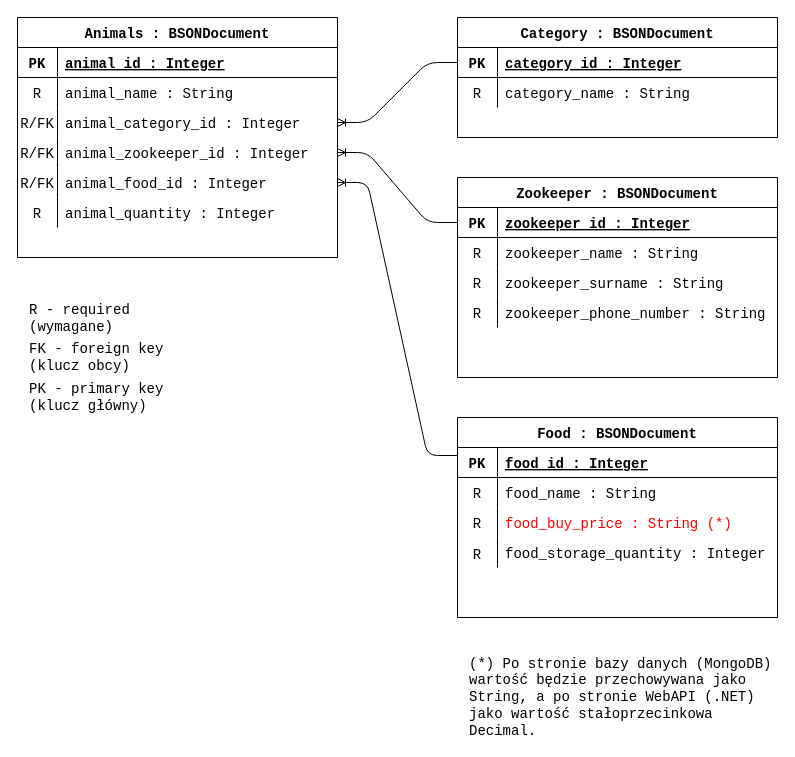
This is assets/diagrams/PDM.drawio from LukaszMichalsky/Project_TIU, a draw.io file, before an edit. Source tidied: cells renumbered, new cells numbered last; positions are measured from the earlier drawing's top-left corner, leaving out a move shared by most shapes. Both pictures are drawn from the tidied source at 100%, with x=0, y=0 at pixel (17, 17).
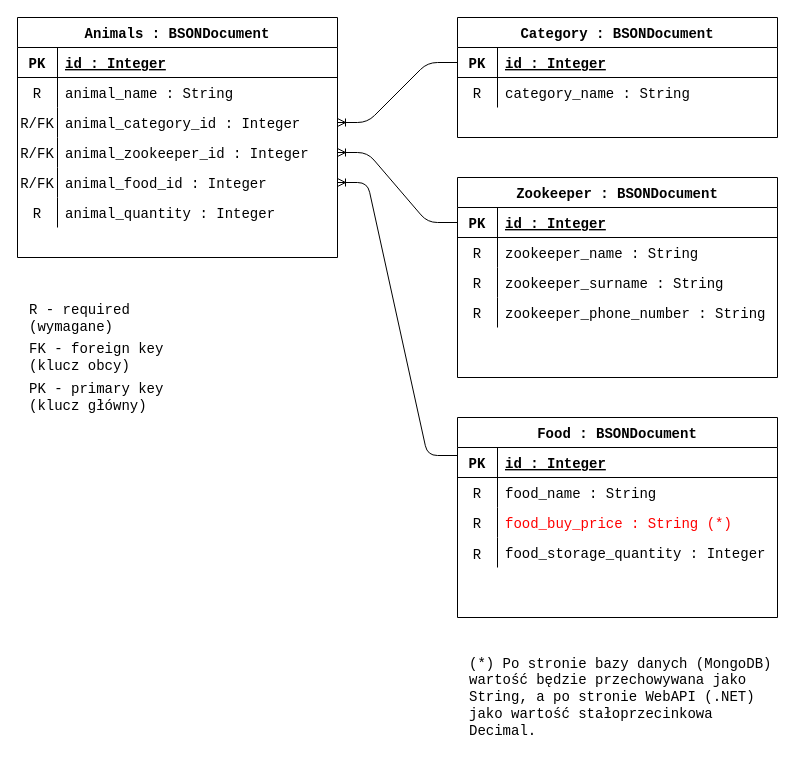
The same page after the edit.

Commit message:
Updated PDM collection ID names

Unchanged cells that the change refers to:
```xml
<mxCell id="3" style="shape=partialRectangle;fillColor=none;top=0;left=0;bottom=1;right=0;points=[[0,0.5],[1,0.5]];portConstraint=eastwest;fontFamily=Courier New;fontSize=14;" parent="2" vertex="1">
  <mxGeometry y="30" width="320" height="30" as="geometry" />
</mxCell>
<mxCell id="16" style="shape=partialRectangle;fillColor=none;top=0;left=0;bottom=1;right=0;points=[[0,0.5],[1,0.5]];portConstraint=eastwest;fontFamily=Courier New;fontSize=14;" parent="15" vertex="1">
  <mxGeometry y="30" width="320" height="30" as="geometry" />
</mxCell>
<mxCell id="24" style="shape=partialRectangle;fillColor=none;top=0;left=0;bottom=1;right=0;points=[[0,0.5],[1,0.5]];portConstraint=eastwest;fontFamily=Courier New;fontSize=14;" parent="23" vertex="1">
  <mxGeometry y="30" width="320" height="30" as="geometry" />
</mxCell>
<mxCell id="40" style="shape=partialRectangle;fillColor=none;top=0;left=0;bottom=1;right=0;fontFamily=Courier New;fontSize=14;" parent="39" vertex="1">
  <mxGeometry y="30" width="320" height="30" as="geometry" />
</mxCell>
```

The edit, as a diff of the source:
```diff
@@
-    <mxCell id="5" value="zookeeper_id : Integer" style="shape=partialRectangle;fillColor=none;top=0;left=0;bottom=0;right=0;align=left;spacingLeft=6;fontStyle=5;overflow=hidden;fontFamily=Courier New;fontSize=14;" parent="3" vertex="1">
+    <mxCell id="5" value="id : Integer" style="shape=partialRectangle;fillColor=none;top=0;left=0;bottom=0;right=0;align=left;spacingLeft=6;fontStyle=5;overflow=hidden;fontFamily=Courier New;fontSize=14;" parent="3" vertex="1">
       <mxGeometry x="40" width="280" height="30" as="geometry" />
     </mxCell>
@@
-    <mxCell id="18" value="category_id : Integer" style="shape=partialRectangle;fillColor=none;top=0;left=0;bottom=0;right=0;align=left;spacingLeft=6;fontStyle=5;overflow=hidden;fontFamily=Courier New;fontSize=14;" parent="16" vertex="1">
+    <mxCell id="18" value="id : Integer" style="shape=partialRectangle;fillColor=none;top=0;left=0;bottom=0;right=0;align=left;spacingLeft=6;fontStyle=5;overflow=hidden;fontFamily=Courier New;fontSize=14;" parent="16" vertex="1">
       <mxGeometry x="40" width="280" height="30" as="geometry" />
     </mxCell>
@@
-    <mxCell id="26" value="food_id : Integer" style="shape=partialRectangle;fillColor=none;top=0;left=0;bottom=0;right=0;align=left;spacingLeft=6;fontStyle=5;overflow=hidden;fontFamily=Courier New;fontSize=14;" parent="24" vertex="1">
+    <mxCell id="26" value="id : Integer" style="shape=partialRectangle;fillColor=none;top=0;left=0;bottom=0;right=0;align=left;spacingLeft=6;fontStyle=5;overflow=hidden;fontFamily=Courier New;fontSize=14;" parent="24" vertex="1">
       <mxGeometry x="40" width="280" height="30" as="geometry" />
     </mxCell>
@@
-    <mxCell id="42" value="animal_id : Integer" style="shape=partialRectangle;fillColor=none;top=0;left=0;bottom=0;right=0;align=left;spacingLeft=6;fontStyle=5;overflow=hidden;fontFamily=Courier New;fontSize=14;" parent="40" vertex="1">
+    <mxCell id="42" value="id : Integer" style="shape=partialRectangle;fillColor=none;top=0;left=0;bottom=0;right=0;align=left;spacingLeft=6;fontStyle=5;overflow=hidden;fontFamily=Courier New;fontSize=14;" parent="40" vertex="1">
       <mxGeometry x="40" width="280" height="30" as="geometry" />
     </mxCell>
```
